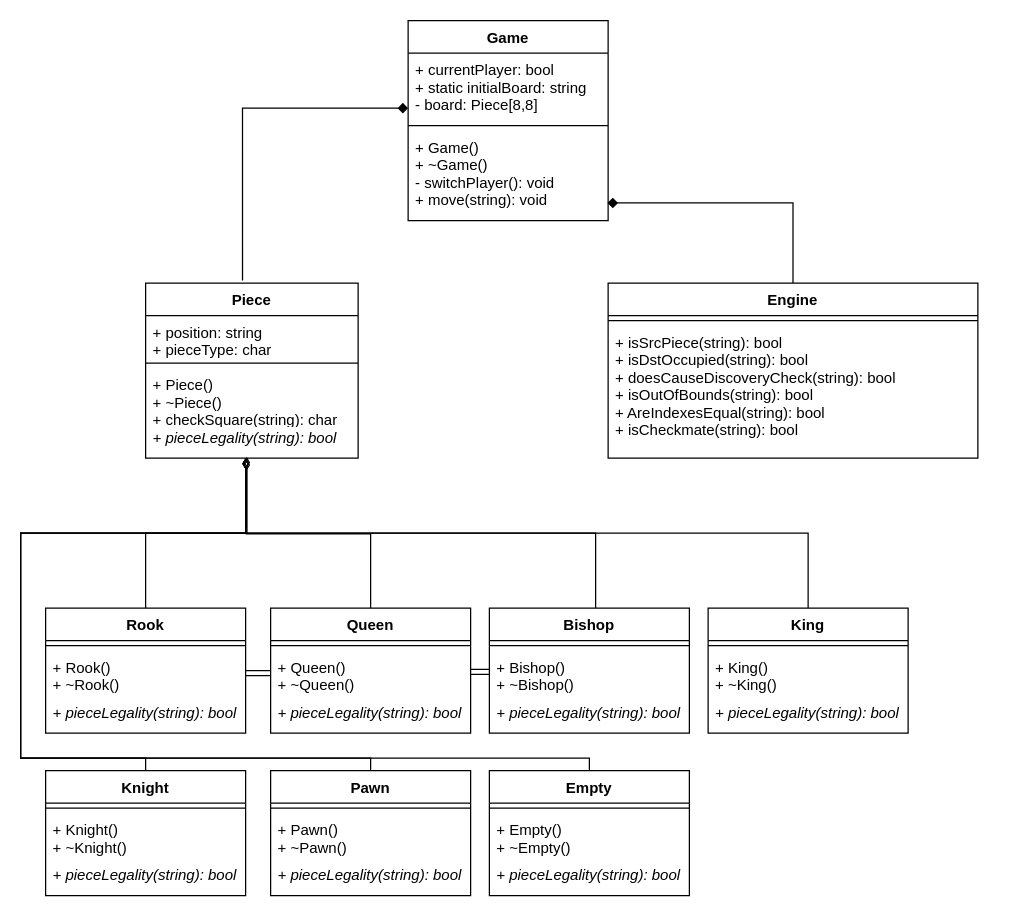
Above: design.drawio in avnogy/chess-engine (draw.io), before the change. Source tidied: cells renumbered, new cells numbered last; positions are measured from the earlier drawing's top-left corner, leaving out a move shared by most shapes. Both pictures are drawn from the tidied source at 125%, with x=0, y=0 at pixel (20, 20).
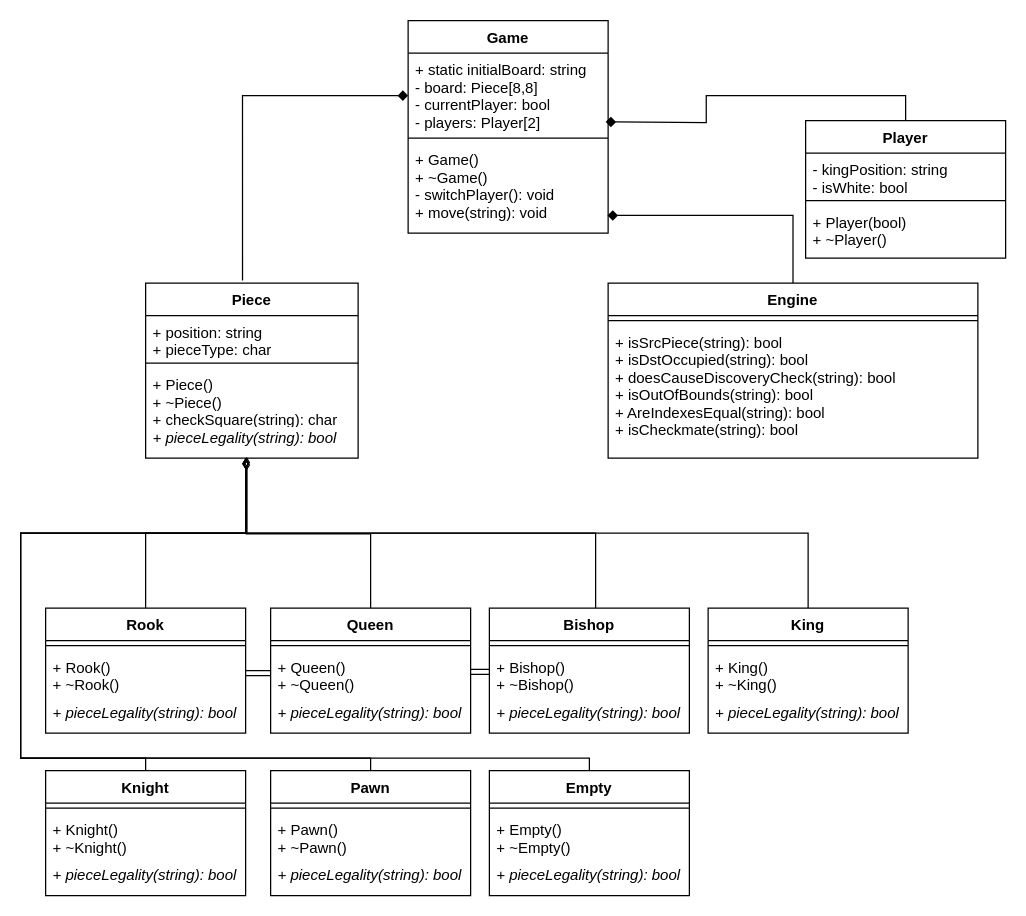
After the change.

Commit message:
added player object to UML

Unchanged cells that the change refers to:
```xml
<mxCell id="6" value="Piece" style="swimlane;fontStyle=1;align=center;verticalAlign=top;horizontal=1;startSize=26;" parent="1" vertex="1">
  <mxGeometry x="100" y="210" width="170" height="140" as="geometry" />
</mxCell>
```

What changed in the source:
```diff
@@
     <mxCell id="2" value="Game" style="swimlane;fontStyle=1;align=center;verticalAlign=top;horizontal=1;startSize=26;" parent="1" vertex="1">
-      <mxGeometry x="310" width="160" height="160" as="geometry" />
+      <mxGeometry x="310" width="160" height="170" as="geometry" />
     </mxCell>
-    <mxCell id="3" value="+ currentPlayer: bool&#10;+ static initialBoard: string&#10;- board: Piece[8,8]" style="text;strokeColor=none;fillColor=none;align=left;verticalAlign=top;spacingLeft=4;spacingRight=4;overflow=hidden;" parent="2" vertex="1">
-      <mxGeometry y="26" width="160" height="54" as="geometry" />
+    <mxCell id="3" value="+ static initialBoard: string&#10;- board: Piece[8,8]&#10;- currentPlayer: bool&#10;- players: Player[2]" style="text;strokeColor=none;fillColor=none;align=left;verticalAlign=top;spacingLeft=4;spacingRight=4;overflow=hidden;" parent="2" vertex="1">
+      <mxGeometry y="26" width="160" height="64" as="geometry" />
     </mxCell>
     <mxCell id="4" style="line;strokeWidth=1;fillColor=none;align=left;verticalAlign=middle;spacingTop=-1;spacingLeft=3;spacingRight=3;labelPosition=right;" parent="2" vertex="1">
-      <mxGeometry y="80" width="160" height="8" as="geometry" />
+      <mxGeometry y="90" width="160" height="8" as="geometry" />
     </mxCell>
     <mxCell id="5" value="+ Game()&#10;+ ~Game()&#10;- switchPlayer(): void&#10;+ move(string): void" style="text;strokeColor=none;fillColor=none;align=left;verticalAlign=top;spacingLeft=4;spacingRight=4;overflow=hidden;points=[[0,0.5],[1,0.5]];portConstraint=eastwest;" parent="2" vertex="1">
-      <mxGeometry y="88" width="160" height="72" as="geometry" />
+      <mxGeometry y="98" width="160" height="72" as="geometry" />
     </mxCell>
@@
     <mxCell id="16" style="edgeStyle=orthogonalEdgeStyle;rounded=0;jettySize=auto;html=1;endArrow=diamond;endFill=1;exitX=0.456;exitY=-0.015;exitDx=0;exitDy=0;exitPerimeter=0;" parent="1" edge="1" source="6">
       <mxGeometry relative="1" as="geometry">
-        <mxPoint x="310" y="70" as="targetPoint" />
+        <mxPoint x="310" y="60" as="targetPoint" />
         <Array as="points">
-          <mxPoint x="178" y="70" />
-          <mxPoint x="310" y="70" />
+          <mxPoint x="178" y="60" />
+          <mxPoint x="310" y="60" />
         </Array>
       </mxGeometry>
     </mxCell>
@@
+    <mxCell id="53" style="edgeStyle=orthogonalEdgeStyle;rounded=0;jettySize=auto;html=1;exitX=0.5;exitY=0;exitDx=0;exitDy=0;endArrow=diamond;endFill=1;" parent="1" edge="1" source="54">
+      <mxGeometry relative="1" as="geometry">
+        <mxPoint x="468" y="81" as="targetPoint" />
+      </mxGeometry>
+    </mxCell>
+    <mxCell id="54" value="Player" style="swimlane;fontStyle=1;align=center;verticalAlign=top;horizontal=1;startSize=26;" parent="1" vertex="1">
+      <mxGeometry x="628" y="80" width="160" height="110" as="geometry" />
+    </mxCell>
+    <mxCell id="55" value="- kingPosition: string&#10;- isWhite: bool" style="text;strokeColor=none;fillColor=none;align=left;verticalAlign=top;spacingLeft=4;spacingRight=4;overflow=hidden;" parent="54" vertex="1">
+      <mxGeometry y="26" width="160" height="34" as="geometry" />
+    </mxCell>
+    <mxCell id="56" style="line;strokeWidth=1;fillColor=none;align=left;verticalAlign=middle;spacingTop=-1;spacingLeft=3;spacingRight=3;labelPosition=right;" parent="54" vertex="1">
+      <mxGeometry y="60" width="160" height="8" as="geometry" />
+    </mxCell>
+    <mxCell id="57" value="+ Player(bool)&#10;+ ~Player()" style="text;strokeColor=none;fillColor=none;align=left;verticalAlign=top;spacingLeft=4;spacingRight=4;overflow=hidden;" parent="54" vertex="1">
+      <mxGeometry y="68" width="160" height="42" as="geometry" />
+    </mxCell>
```
